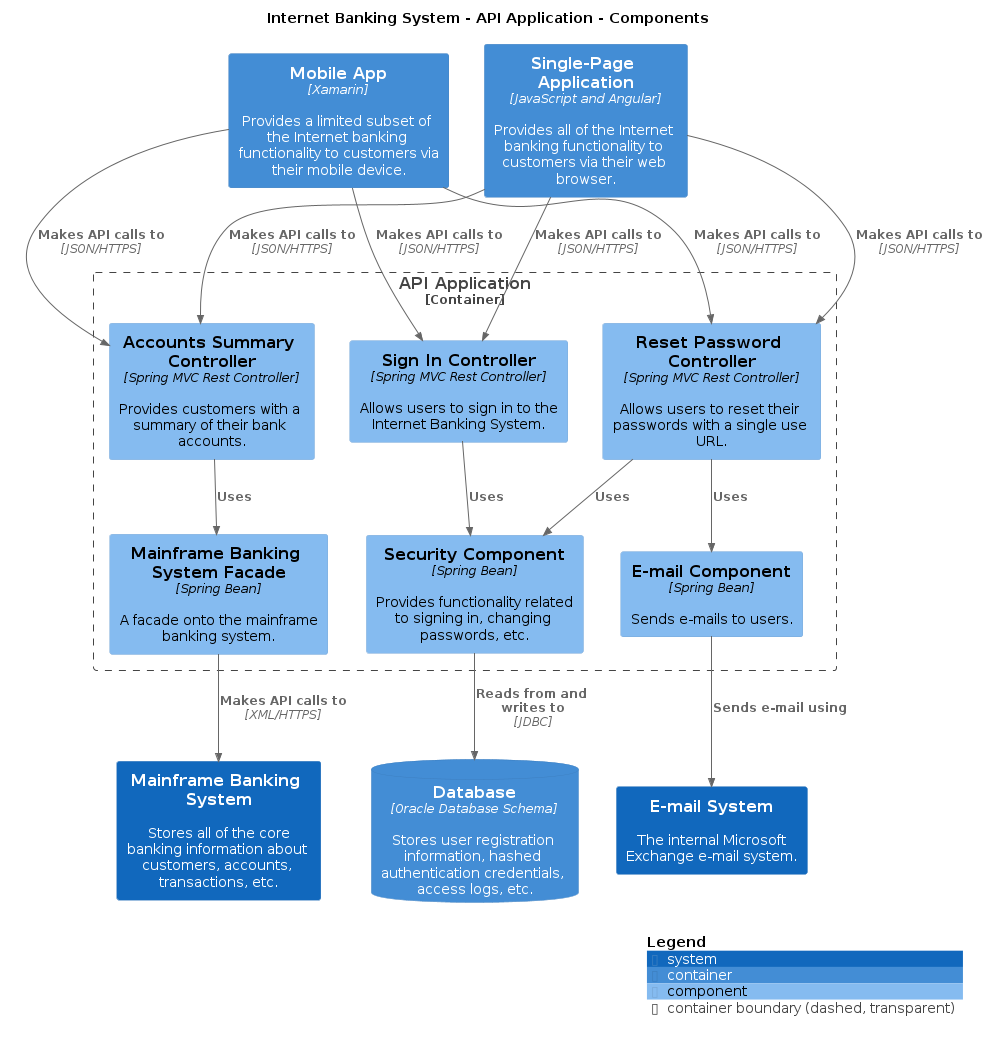
Before: main/png/Components.png, a diagram exported from PlantUML (avisi-cloud/structurizr-site-generatr).
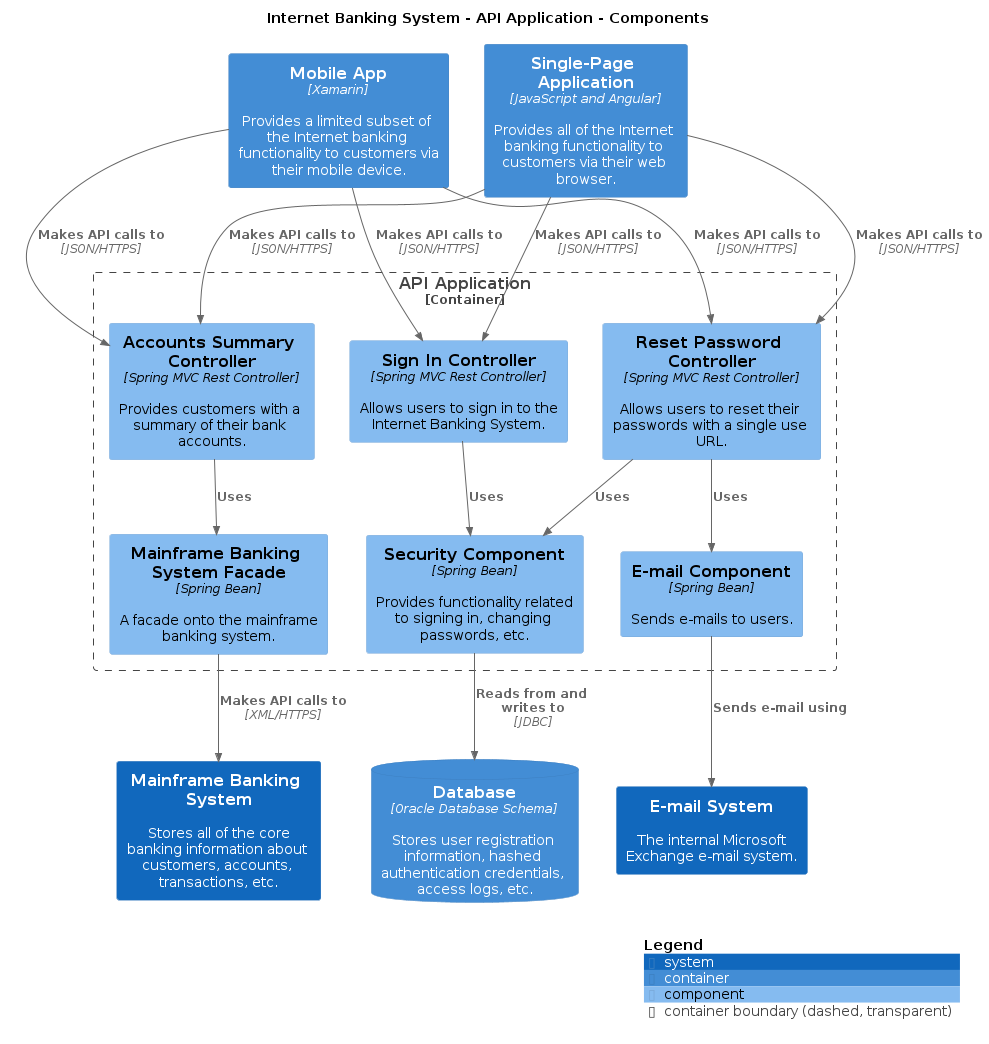
Above is the later version.

The edit, as a diff of the source:
```diff
@@ -8,8 +8,8 @@
 !include /home/runner/work/structurizr-site-generatr/structurizr-site-generatr/build/puml-cache/C4_Container.puml
 !include /home/runner/work/structurizr-site-generatr/structurizr-site-generatr/build/puml-cache/C4_Component.puml
 
-System(MainframeBankingSystem, "Mainframe Banking System", "Stores all of the core banking information about customers, accounts, transactions, etc.", $tags="")
-System(EmailSystem, "E-mail System", "The internal Microsoft Exchange e-mail system.", $tags="")
+System(MainframeBankingSystem, "Mainframe Banking System", "Stores all of the core banking information about customers, accounts, transactions, etc.", $tags="")[[/main/mainframe-banking-system/context/]]
+System(EmailSystem, "E-mail System", "The internal Microsoft Exchange e-mail system.", $tags="")[[/main/e-mail-system/context/]]
 ContainerDb(InternetBankingSystem.Database, "Database", "Oracle Database Schema", "Stores user registration information, hashed authentication credentials, access logs, etc.", $tags="")
 Container(InternetBankingSystem.SinglePageApplication, "Single-Page Application", "JavaScript and Angular", "Provides all of the Internet banking functionality to customers via their web browser.", $tags="")
 Container(InternetBankingSystem.MobileApp, "Mobile App", "Xamarin", "Provides a limited subset of the Internet banking functionality to customers via their mobile device.", $tags="")
```
